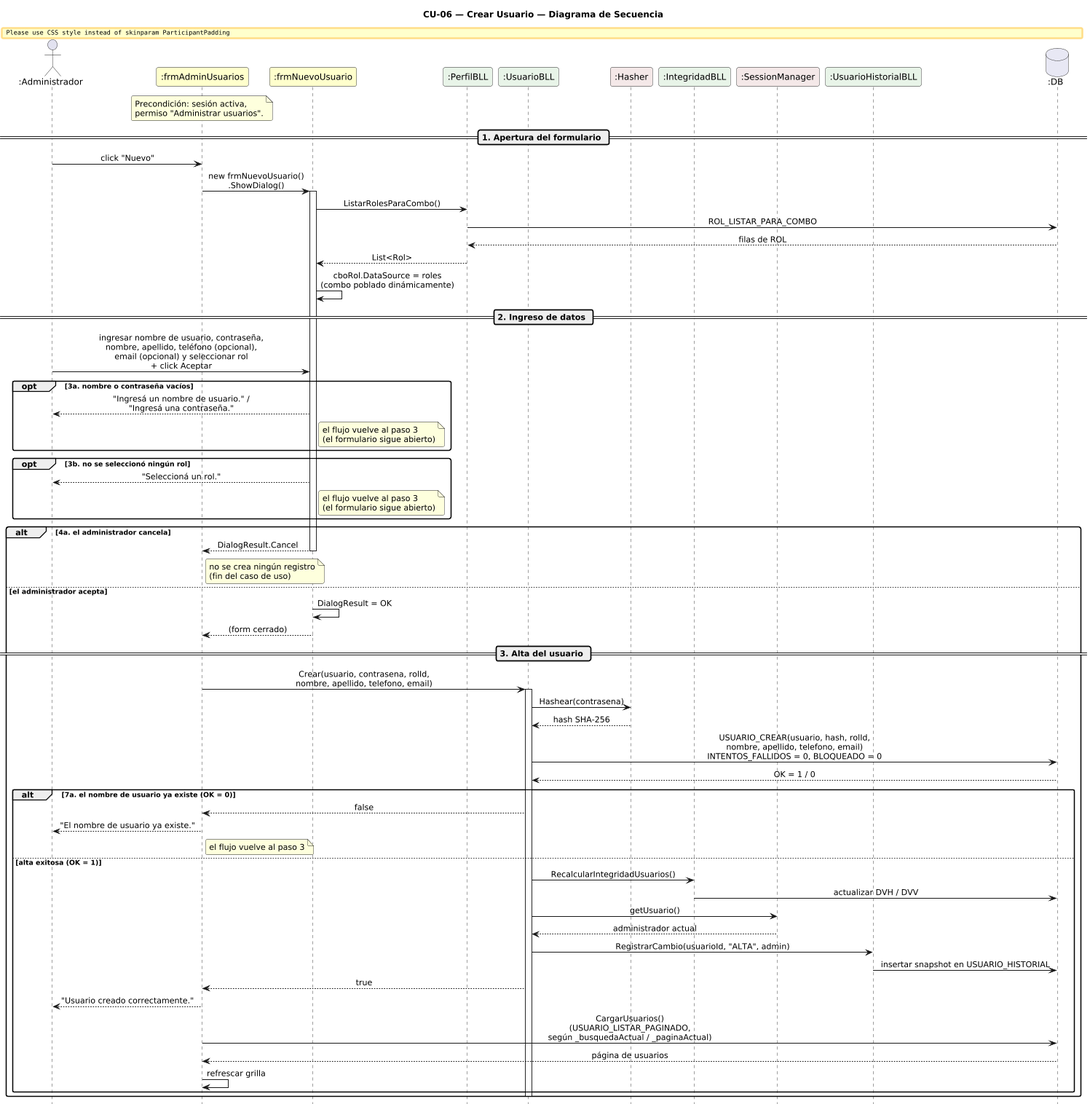
Before: DIAGRAMAS/DiagramaSecuencia_CU06_CrearUsuario.png, a diagram exported from PlantUML (Urrels/ingenieria_software). Its diagram source:
```plantuml
@startuml DiagramaSecuencia_CU06_CrearUsuario

title CU-06 — Crear Usuario — Diagrama de Secuencia

skinparam shadowing false
skinparam roundcorner 6
skinparam sequenceArrowThickness 1.2
skinparam ParticipantPadding 14
skinparam sequenceMessageAlign center
hide footbox
scale 0.85

actor       ":Administrador"       as A
participant ":frmAdminUsuarios"    as FA #FEFECE
participant ":frmNuevoUsuario"     as FN #FEFECE
participant ":PerfilBLL"           as PB #E8F4E8
participant ":UsuarioBLL"          as UB #E8F4E8
participant ":Hasher"              as H  #F4E8E8
participant ":IntegridadBLL"       as IB #E8F4E8
participant ":SessionManager"      as SM #F4E8E8
participant ":UsuarioHistorialBLL" as UH #E8F4E8
database    ":DB"                  as DB #E8E8F4

note over FA
  Precondición: sesión activa,
  permiso "Administrar usuarios".
end note

== 1. Apertura del formulario ==

A -> FA : click "Nuevo"
FA -> FN : new frmNuevoUsuario()\n.ShowDialog()
activate FN

FN -> PB : ListarRolesParaCombo()
PB -> DB : ROL_LISTAR_PARA_COMBO
DB --> PB : filas de ROL
PB --> FN : List<Rol>
FN -> FN : cboRol.DataSource = roles\n(combo poblado dinámicamente)

== 2. Ingreso de datos ==

A -> FN : ingresar nombre de usuario, contraseña,\nnombre, apellido, teléfono (opcional),\nemail (opcional) y seleccionar rol\n+ click Aceptar

opt 3a. nombre o contraseña vacíos
  FN --> A : "Ingresá un nombre de usuario." /\n"Ingresá una contraseña."
  note right of FN : el flujo vuelve al paso 3\n(el formulario sigue abierto)
end

opt 3b. no se seleccionó ningún rol
  FN --> A : "Seleccioná un rol."
  note right of FN : el flujo vuelve al paso 3\n(el formulario sigue abierto)
end

alt 4a. el administrador cancela
  FN --> FA : DialogResult.Cancel
  deactivate FN
  note right of FA : no se crea ningún registro\n(fin del caso de uso)

else el administrador acepta
  FN -> FN : DialogResult = OK
  FN --> FA : (form cerrado)
  deactivate FN

  == 3. Alta del usuario ==

  FA -> UB : Crear(usuario, contrasena, rolId,\nnombre, apellido, telefono, email)
  activate UB

  UB -> H : Hashear(contrasena)
  H --> UB : hash SHA-256

  UB -> DB : USUARIO_CREAR(usuario, hash, rolId,\nnombre, apellido, telefono, email)\nINTENTOS_FALLIDOS = 0, BLOQUEADO = 0
  DB --> UB : OK = 1 / 0

  alt 7a. el nombre de usuario ya existe (OK = 0)
    UB --> FA : false
    FA --> A : "El nombre de usuario ya existe."
    note right of FA : el flujo vuelve al paso 3

  else alta exitosa (OK = 1)
    UB -> IB : RecalcularIntegridadUsuarios()
    IB -> DB : actualizar DVH / DVV

    UB -> SM : getUsuario()
    SM --> UB : administrador actual

    UB -> UH : RegistrarCambio(usuarioId, "ALTA", admin)
    UH -> DB : insertar snapshot en USUARIO_HISTORIAL

    UB --> FA : true
    FA --> A : "Usuario creado correctamente."
    FA -> DB : CargarUsuarios()\n(USUARIO_LISTAR_PAGINADO,\nsegún _busquedaActual / _paginaActual)
    DB --> FA : página de usuarios
    FA -> FA : refrescar grilla
  end
  deactivate UB
end

@enduml
```
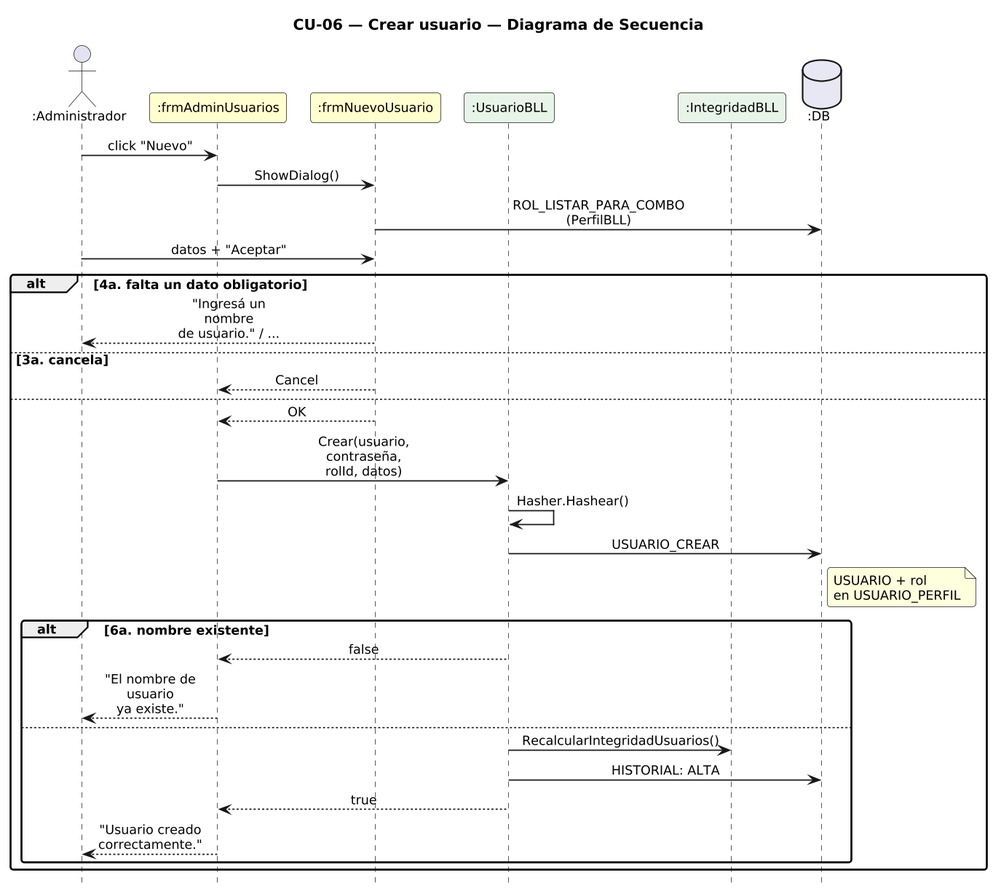
Later version of the same file.

Diff of the diagram source:
```diff
@@ -1,100 +1,48 @@
 @startuml DiagramaSecuencia_CU06_CrearUsuario
 
-title CU-06 — Crear Usuario — Diagrama de Secuencia
+title CU-06 — Crear usuario — Diagrama de Secuencia
 
 skinparam shadowing false
 skinparam roundcorner 6
 skinparam sequenceArrowThickness 1.2
-skinparam ParticipantPadding 14
+skinparam ParticipantPadding 6
+skinparam BoxPadding 4
+skinparam maxMessageSize 115
 skinparam sequenceMessageAlign center
+skinparam defaultFontSize 12
+skinparam dpi 140
 hide footbox
-scale 0.85
 
-actor       ":Administrador"       as A
-participant ":frmAdminUsuarios"    as FA #FEFECE
-participant ":frmNuevoUsuario"     as FN #FEFECE
-participant ":PerfilBLL"           as PB #E8F4E8
-participant ":UsuarioBLL"          as UB #E8F4E8
-participant ":Hasher"              as H  #F4E8E8
-participant ":IntegridadBLL"       as IB #E8F4E8
-participant ":SessionManager"      as SM #F4E8E8
-participant ":UsuarioHistorialBLL" as UH #E8F4E8
-database    ":DB"                  as DB #E8E8F4
+actor ":Administrador" as A
+participant ":frmAdminUsuarios" as F #FEFECE
+participant ":frmNuevoUsuario" as N #FEFECE
+participant ":UsuarioBLL" as B #E8F4E8
+participant ":IntegridadBLL" as I #E8F4E8
+database ":DB" as DB #E8E8F4
 
-note over FA
-  Precondición: sesión activa,
-  permiso "Administrar usuarios".
-end note
-
-== 1. Apertura del formulario ==
-
-A -> FA : click "Nuevo"
-FA -> FN : new frmNuevoUsuario()\n.ShowDialog()
-activate FN
-
-FN -> PB : ListarRolesParaCombo()
-PB -> DB : ROL_LISTAR_PARA_COMBO
-DB --> PB : filas de ROL
-PB --> FN : List<Rol>
-FN -> FN : cboRol.DataSource = roles\n(combo poblado dinámicamente)
-
-== 2. Ingreso de datos ==
-
-A -> FN : ingresar nombre de usuario, contraseña,\nnombre, apellido, teléfono (opcional),\nemail (opcional) y seleccionar rol\n+ click Aceptar
-
-opt 3a. nombre o contraseña vacíos
-  FN --> A : "Ingresá un nombre de usuario." /\n"Ingresá una contraseña."
-  note right of FN : el flujo vuelve al paso 3\n(el formulario sigue abierto)
-end
-
-opt 3b. no se seleccionó ningún rol
-  FN --> A : "Seleccioná un rol."
-  note right of FN : el flujo vuelve al paso 3\n(el formulario sigue abierto)
-end
-
-alt 4a. el administrador cancela
-  FN --> FA : DialogResult.Cancel
-  deactivate FN
-  note right of FA : no se crea ningún registro\n(fin del caso de uso)
-
-else el administrador acepta
-  FN -> FN : DialogResult = OK
-  FN --> FA : (form cerrado)
-  deactivate FN
-
-  == 3. Alta del usuario ==
-
-  FA -> UB : Crear(usuario, contrasena, rolId,\nnombre, apellido, telefono, email)
-  activate UB
-
-  UB -> H : Hashear(contrasena)
-  H --> UB : hash SHA-256
-
-  UB -> DB : USUARIO_CREAR(usuario, hash, rolId,\nnombre, apellido, telefono, email)\nINTENTOS_FALLIDOS = 0, BLOQUEADO = 0
-  DB --> UB : OK = 1 / 0
-
-  alt 7a. el nombre de usuario ya existe (OK = 0)
-    UB --> FA : false
-    FA --> A : "El nombre de usuario ya existe."
-    note right of FA : el flujo vuelve al paso 3
-
-  else alta exitosa (OK = 1)
-    UB -> IB : RecalcularIntegridadUsuarios()
-    IB -> DB : actualizar DVH / DVV
-
-    UB -> SM : getUsuario()
-    SM --> UB : administrador actual
-
-    UB -> UH : RegistrarCambio(usuarioId, "ALTA", admin)
-    UH -> DB : insertar snapshot en USUARIO_HISTORIAL
-
-    UB --> FA : true
-    FA --> A : "Usuario creado correctamente."
-    FA -> DB : CargarUsuarios()\n(USUARIO_LISTAR_PAGINADO,\nsegún _busquedaActual / _paginaActual)
-    DB --> FA : página de usuarios
-    FA -> FA : refrescar grilla
+A -> F : click "Nuevo"
+F -> N : ShowDialog()
+N -> DB : ROL_LISTAR_PARA_COMBO\n(PerfilBLL)
+A -> N : datos + "Aceptar"
+alt 4a. falta un dato obligatorio
+  N --> A : "Ingresá un nombre\nde usuario." / ...
+else 3a. cancela
+  N --> F : Cancel
+else
+  N --> F : OK
+  F -> B : Crear(usuario, contraseña,\nrolId, datos)
+  B -> B : Hasher.Hashear()
+  B -> DB : USUARIO_CREAR
+  note right of DB : USUARIO + rol\nen USUARIO_PERFIL
+  alt 6a. nombre existente
+    B --> F : false
+    F --> A : "El nombre de usuario\nya existe."
+  else
+    B -> I : RecalcularIntegridadUsuarios()
+    B -> DB : HISTORIAL: ALTA
+    B --> F : true
+    F --> A : "Usuario creado\ncorrectamente."
   end
-  deactivate UB
 end
 
 @enduml
```
